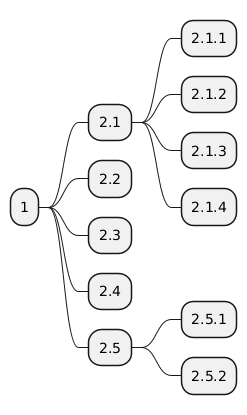
Before: images/modelosUML/puml-mindmap-ejemplo-1.png, a diagram exported from PlantUML (miguelancabezon/IGPS). Its diagram source:
```plantuml
@startmindmap
* 1
** 2.1
*** 2.1.1
*** 2.1.2
*** 2.1.3
*** 2.1.4
** 2.2
** 2.3
** 2.4
** 2.5
*** 2.5.1
*** 2.5.2
@endmindmap
```
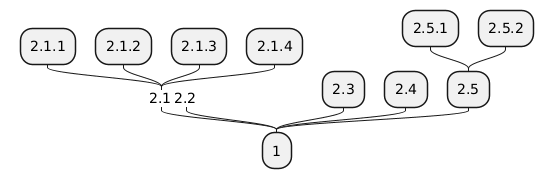
Above is the later version.

Diff of the diagram source:
```diff
@@ -1,11 +1,13 @@
 @startmindmap
+top to bottom direction
+left side
 * 1
-** 2.1
+**_ 2.1
 *** 2.1.1
 *** 2.1.2
 *** 2.1.3
 *** 2.1.4
-** 2.2
+**_ 2.2
 ** 2.3
 ** 2.4
 ** 2.5
```
